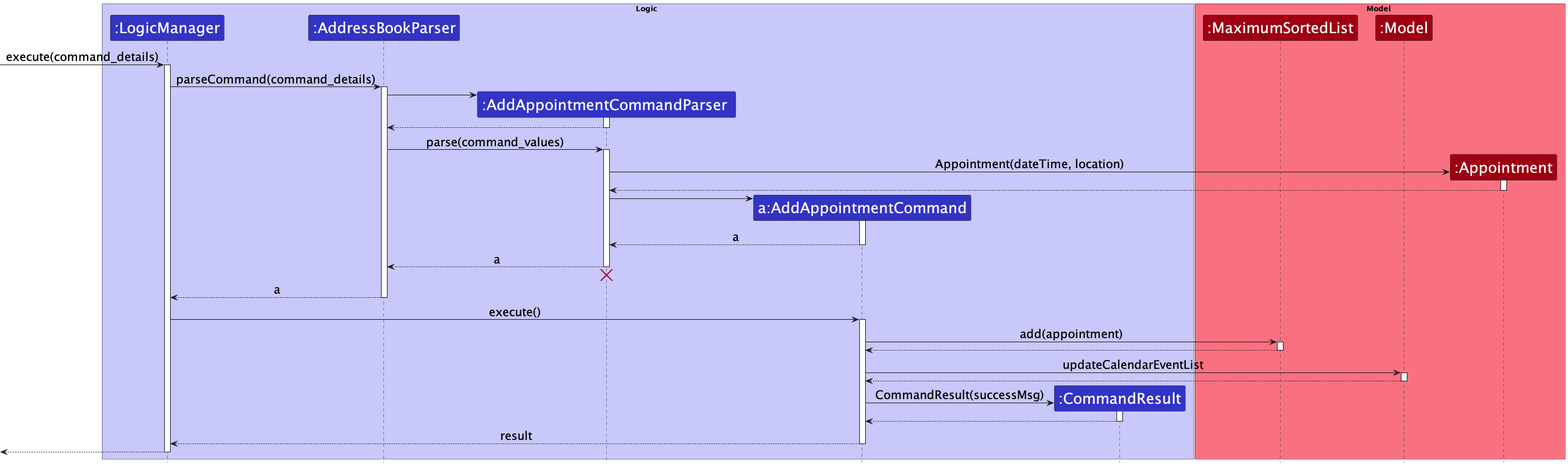
Above: docs/images/AddAppointmentCommandSequenceDiagram.png in nus-cs2103-AY2223S1/tp (PlantUML), before the change.
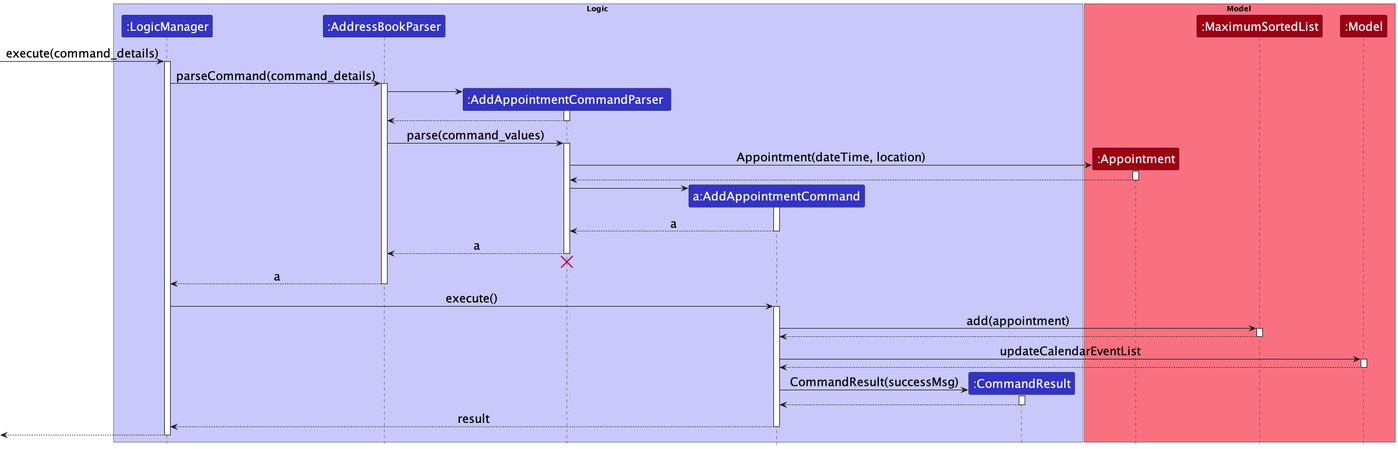
After the change.

Diff of the diagram source:
```diff
@@ -1,7 +1,7 @@
 @startuml
 !include style.puml
 
-skinparam ParticipantFontSize 25
+skinparam ParticipantFontSize 20
 
 skinparam Sequence {
     ArrowFontSize 20
@@ -16,9 +16,9 @@
 end box
 
 box Model MODEL_COLOR_T1
+participant ":Appointment" as Appointment MODEL_COLOR
 participant ":MaximumSortedList" as MaximumSortedList MODEL_COLOR
 participant ":Model" as Model MODEL_COLOR
-participant ":Appointment" as Appointment MODEL_COLOR
 end box
 
 [-> LogicManager : execute(command_details)
```
